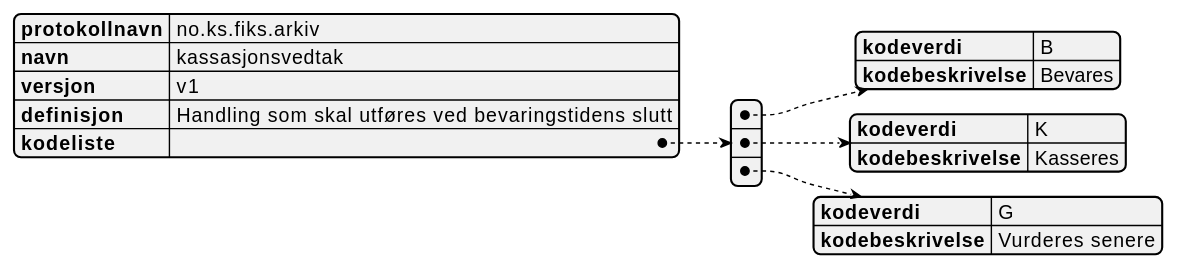
Earlier version of the PlantUML export Schema/V1/kodelister/no.ks.fiks.arkiv.v1.kodelister.kassasjonsvedtak/no.ks.fiks.arkiv.v1.kodelister.kassasjonsvedtak.svg (ks-no/fiks-arkiv-specification).
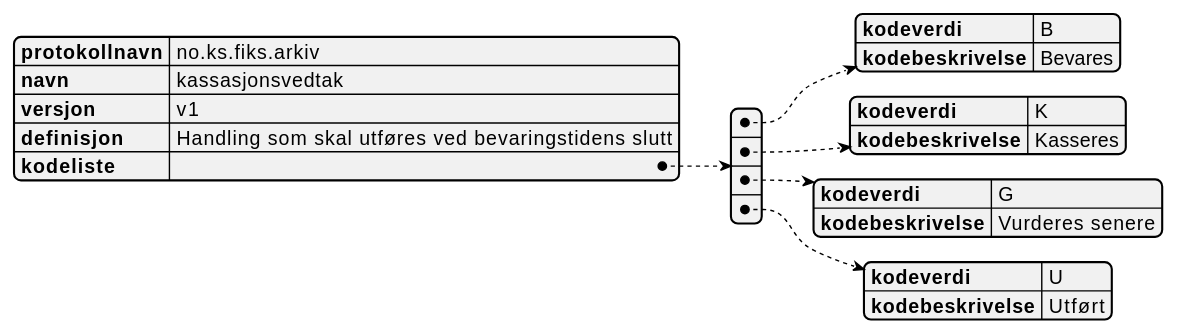
The same file after the commit.

What changed in the source:
```diff
@@ -16,6 +16,10 @@
     {
       "kodeverdi" : "G",
       "kodebeskrivelse" : "Vurderes senere"
+    },
+    {
+      "kodeverdi" : "U",
+      "kodebeskrivelse" : "Utført"
     }
   ]
 }
```
